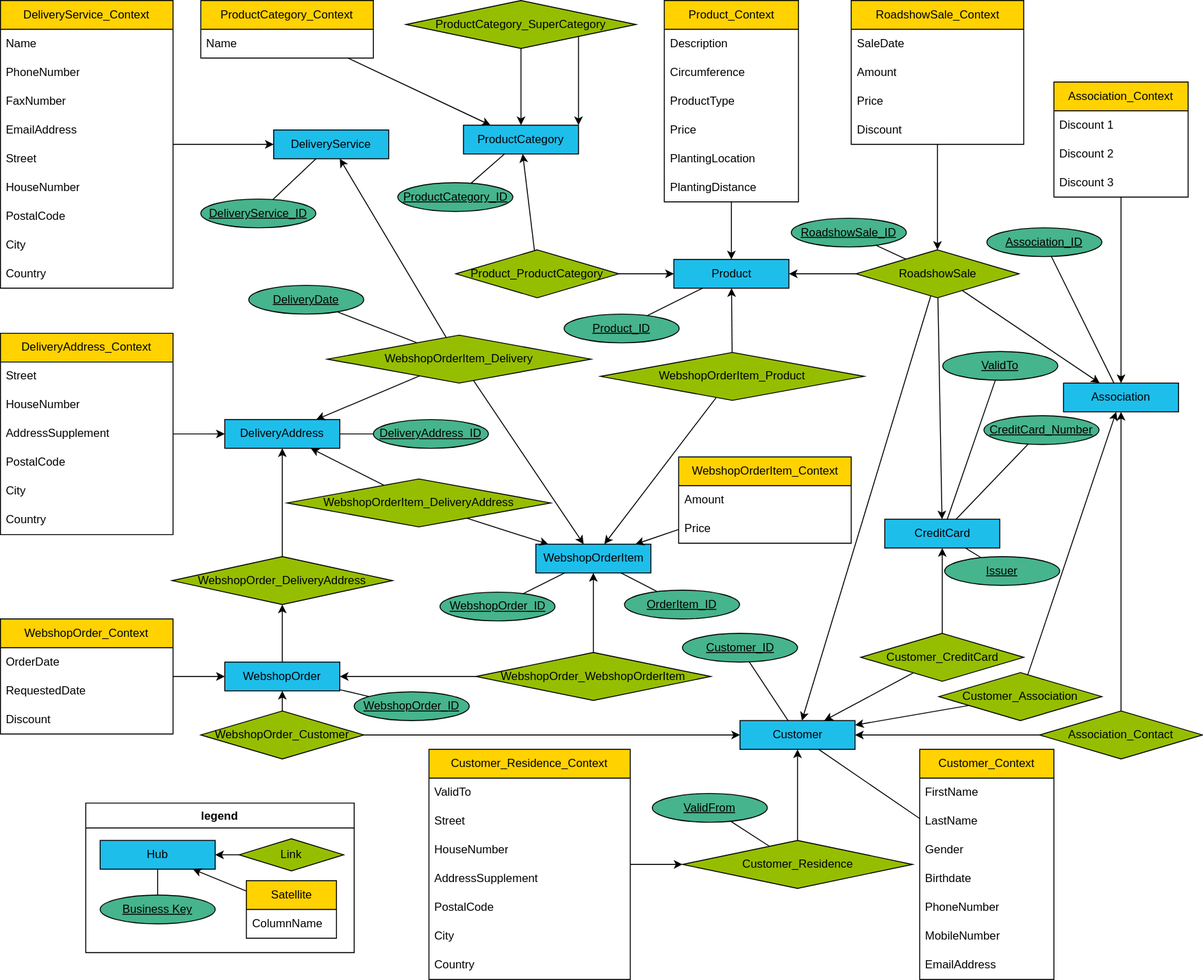
The draw.io diagram static/U02/willibald_datavault.svg in hsh-bis242/hsh-bi-class, before a commit. Source tidied: cells renumbered, new cells last; positions are measured from the earlier drawing's top-left corner, leaving out a move shared by most shapes.
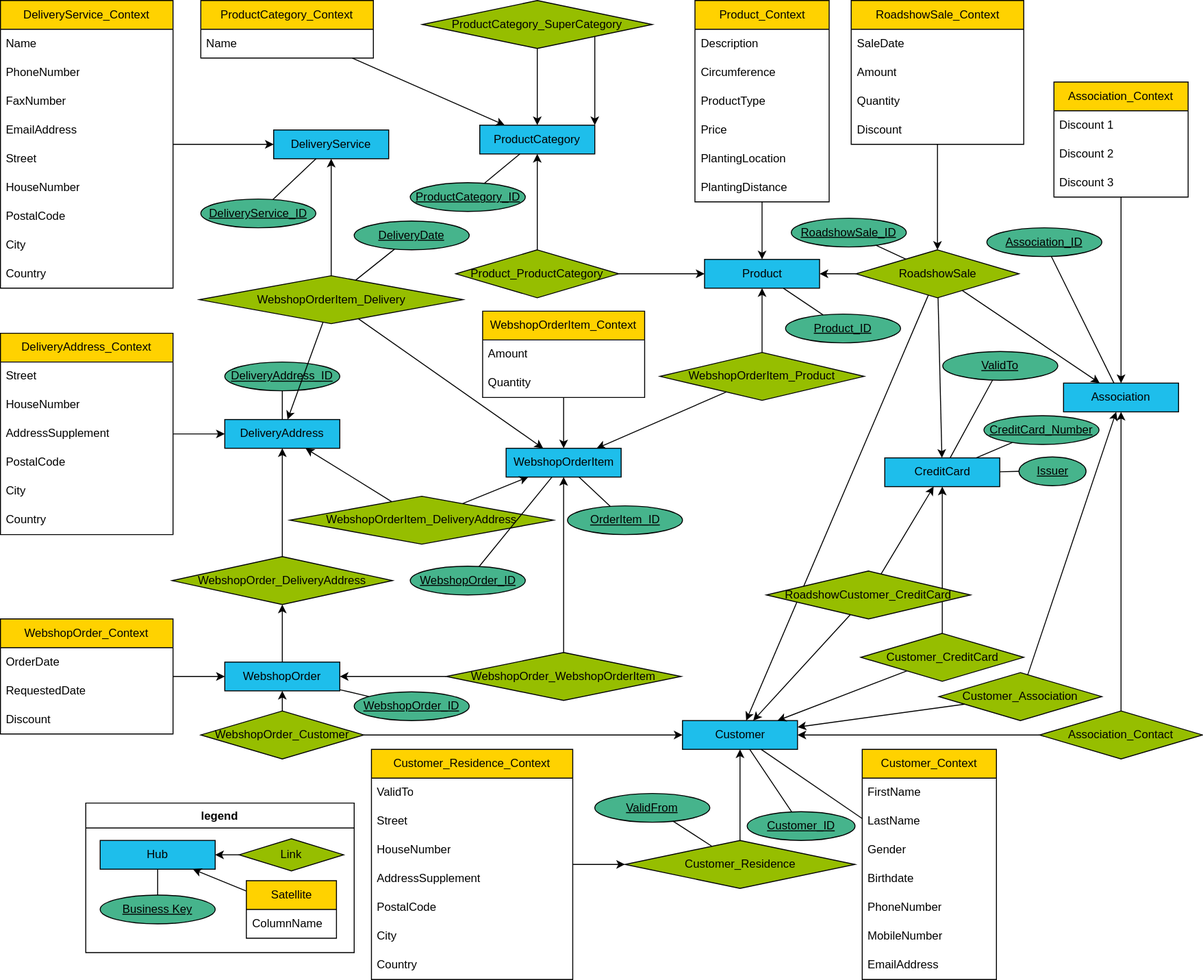
The same file after the commit.

Commit message:
Fixes diagram of willibald vault

Change to the diagram source:
```diff
@@ -6,7 +6,7 @@
       <mxGeometry x="892.5" y="260" width="170" height="50" as="geometry" />
     </mxCell>
     <mxCell id="3" value="Product" style="rounded=0;whiteSpace=wrap;html=1;fillColor=#1EBEEB;" parent="1" vertex="1">
-      <mxGeometry x="702.5" y="270" width="120" height="30" as="geometry" />
+      <mxGeometry x="734.5" y="270" width="120" height="30" as="geometry" />
     </mxCell>
     <mxCell id="4" value="RoadshowSale_Context" style="swimlane;fontStyle=0;horizontal=1;startSize=30;whiteSpace=wrap;html=1;fillColor=#FFD200;" parent="1" vertex="1">
       <mxGeometry x="887.5" width="180" height="150" as="geometry" />
@@ -17,7 +17,7 @@
     <mxCell id="6" value="Amount" style="text;strokeColor=none;fillColor=none;align=left;verticalAlign=middle;spacingLeft=4;spacingRight=4;overflow=hidden;whiteSpace=wrap;html=1;" parent="4" vertex="1">
       <mxGeometry y="60" width="180" height="30" as="geometry" />
     </mxCell>
-    <mxCell id="7" value="Price" style="text;strokeColor=none;fillColor=none;align=left;verticalAlign=middle;spacingLeft=4;spacingRight=4;overflow=hidden;whiteSpace=wrap;html=1;" parent="4" vertex="1">
+    <mxCell id="7" value="Quantity" style="text;strokeColor=none;fillColor=none;align=left;verticalAlign=middle;spacingLeft=4;spacingRight=4;overflow=hidden;whiteSpace=wrap;html=1;" parent="4" vertex="1">
       <mxGeometry y="90" width="180" height="30" as="geometry" />
     </mxCell>
     <mxCell id="8" value="Discount" style="text;strokeColor=none;fillColor=none;align=left;verticalAlign=middle;spacingLeft=4;spacingRight=4;overflow=hidden;whiteSpace=wrap;html=1;" parent="4" vertex="1">
@@ -33,10 +33,10 @@
       <mxGeometry relative="1" as="geometry" />
     </mxCell>
     <mxCell id="12" value="Customer" style="rounded=0;whiteSpace=wrap;html=1;fillColor=#1EBEEB;" parent="1" vertex="1">
-      <mxGeometry x="771.5" y="751" width="120" height="30" as="geometry" />
+      <mxGeometry x="711.5" y="751" width="120" height="30" as="geometry" />
     </mxCell>
     <mxCell id="13" value="CreditCard" style="rounded=0;whiteSpace=wrap;html=1;fillColor=#1EBEEB;" parent="1" vertex="1">
-      <mxGeometry x="922.5" y="541" width="120" height="30" as="geometry" />
+      <mxGeometry x="922.5" y="477" width="120" height="30" as="geometry" />
     </mxCell>
     <mxCell id="14" value="Customer_CreditCard" style="rhombus;whiteSpace=wrap;html=1;fillColor=#96BE00;" parent="1" vertex="1">
       <mxGeometry x="897.5" y="660" width="170" height="50" as="geometry" />
@@ -54,7 +54,7 @@
       <mxGeometry x="983" y="366" width="120" height="30" as="geometry" />
     </mxCell>
     <mxCell id="19" value="&lt;u&gt;Issuer&lt;/u&gt;" style="ellipse;whiteSpace=wrap;html=1;fillColor=#46B48C;" parent="1" vertex="1">
-      <mxGeometry x="985" y="580" width="120" height="30" as="geometry" />
+      <mxGeometry x="1062.5" y="476" width="70" height="30" as="geometry" />
     </mxCell>
     <mxCell id="20" style="endArrow=none;html=1;rounded=0;" parent="1" edge="1" source="19" target="13">
       <mxGeometry relative="1" as="geometry" />
@@ -75,13 +75,13 @@
       <mxGeometry relative="1" as="geometry" />
     </mxCell>
     <mxCell id="26" value="&lt;u&gt;Customer_ID&lt;/u&gt;" style="ellipse;whiteSpace=wrap;html=1;fillColor=#46B48C;" parent="1" vertex="1">
-      <mxGeometry x="711.5" y="660" width="120" height="30" as="geometry" />
+      <mxGeometry x="779" y="846" width="112.5" height="30" as="geometry" />
     </mxCell>
     <mxCell id="27" style="endArrow=none;html=1;rounded=0;" parent="1" edge="1" source="26" target="12">
       <mxGeometry relative="1" as="geometry" />
     </mxCell>
     <mxCell id="28" value="&lt;u&gt;Product_ID&lt;/u&gt;" style="ellipse;whiteSpace=wrap;html=1;fillColor=#46B48C;" parent="1" vertex="1">
-      <mxGeometry x="588" y="327" width="120" height="30" as="geometry" />
+      <mxGeometry x="819" y="327" width="120" height="30" as="geometry" />
     </mxCell>
     <mxCell id="29" style="endArrow=none;html=1;rounded=0;" parent="1" edge="1" source="28" target="3">
       <mxGeometry relative="1" as="geometry" />
@@ -132,7 +132,7 @@
       <mxGeometry relative="1" as="geometry" />
     </mxCell>
     <mxCell id="45" value="Product_Context" style="swimlane;fontStyle=0;horizontal=1;startSize=30;whiteSpace=wrap;html=1;fillColor=#FFD200;" parent="1" vertex="1">
-      <mxGeometry x="692.5" width="140" height="210" as="geometry" />
+      <mxGeometry x="724.5" width="140" height="210" as="geometry" />
     </mxCell>
     <mxCell id="46" value="Description" style="text;strokeColor=none;fillColor=none;align=left;verticalAlign=middle;spacingLeft=4;spacingRight=4;overflow=hidden;whiteSpace=wrap;html=1;" parent="45" vertex="1">
       <mxGeometry y="30" width="140" height="30" as="geometry" />
@@ -156,7 +156,7 @@
       <mxGeometry relative="1" as="geometry" />
     </mxCell>
     <mxCell id="53" value="ProductCategory" style="rounded=0;whiteSpace=wrap;html=1;fillColor=#1EBEEB;" parent="1" vertex="1">
-      <mxGeometry x="483" y="130" width="120" height="30" as="geometry" />
+      <mxGeometry x="500" y="130" width="120" height="30" as="geometry" />
     </mxCell>
     <mxCell id="54" value="Product_ProductCategory" style="rhombus;whiteSpace=wrap;html=1;fillColor=#96BE00;" parent="1" vertex="1">
       <mxGeometry x="475" y="260" width="170" height="50" as="geometry" />
@@ -168,13 +168,13 @@
       <mxGeometry relative="1" as="geometry" />
     </mxCell>
     <mxCell id="57" value="&lt;u&gt;ProductCategory_ID&lt;/u&gt;" style="ellipse;whiteSpace=wrap;html=1;fillColor=#46B48C;" parent="1" vertex="1">
-      <mxGeometry x="414.5" y="190" width="120" height="30" as="geometry" />
+      <mxGeometry x="427.5" y="190" width="120" height="30" as="geometry" />
     </mxCell>
     <mxCell id="58" style="endArrow=none;html=1;rounded=0;" parent="1" edge="1" source="57" target="53">
       <mxGeometry relative="1" as="geometry" />
     </mxCell>
     <mxCell id="59" value="Customer_Context" style="swimlane;fontStyle=0;horizontal=1;startSize=30;whiteSpace=wrap;html=1;fillColor=#FFD200;" parent="1" vertex="1">
-      <mxGeometry x="959" y="781" width="140" height="240" as="geometry" />
+      <mxGeometry x="899" y="781" width="140" height="240" as="geometry" />
     </mxCell>
     <mxCell id="60" value="FirstName" style="text;strokeColor=none;fillColor=none;align=left;verticalAlign=middle;spacingLeft=4;spacingRight=4;overflow=hidden;whiteSpace=wrap;html=1;" parent="59" vertex="1">
       <mxGeometry y="30" width="140" height="30" as="geometry" />
@@ -201,7 +201,7 @@
       <mxGeometry relative="1" as="geometry" />
     </mxCell>
     <mxCell id="68" value="ProductCategory_SuperCategory" style="rhombus;whiteSpace=wrap;html=1;fillColor=#96BE00;" parent="1" vertex="1">
-      <mxGeometry x="423" width="240" height="50" as="geometry" />
+      <mxGeometry x="440" width="240" height="50" as="geometry" />
     </mxCell>
     <mxCell id="69" style="endArrow=classic;html=1;rounded=0;entryX=1;entryY=0;entryDx=0;entryDy=0;exitX=1;exitY=1;exitDx=0;exitDy=0;" parent="1" edge="1" source="68" target="53">
       <mxGeometry relative="1" as="geometry" />
@@ -255,7 +255,7 @@
       <mxGeometry x="234" y="437" width="120" height="30" as="geometry" />
     </mxCell>
     <mxCell id="86" value="&lt;u&gt;DeliveryAddress_ID&lt;/u&gt;" style="ellipse;whiteSpace=wrap;html=1;fillColor=#46B48C;" parent="1" vertex="1">
-      <mxGeometry x="389" y="437" width="120" height="30" as="geometry" />
+      <mxGeometry x="234" y="377" width="120" height="30" as="geometry" />
     </mxCell>
     <mxCell id="87" style="endArrow=none;html=1;rounded=0;" parent="1" edge="1" source="86" target="85">
       <mxGeometry relative="1" as="geometry" />
@@ -294,10 +294,10 @@
       <mxGeometry relative="1" as="geometry" />
     </mxCell>
     <mxCell id="99" value="WebshopOrder_WebshopOrderItem" style="rhombus;whiteSpace=wrap;html=1;fillColor=#96BE00;" parent="1" vertex="1">
-      <mxGeometry x="496" y="680" width="245" height="50" as="geometry" />
+      <mxGeometry x="465" y="680" width="245" height="50" as="geometry" />
     </mxCell>
     <mxCell id="100" value="WebshopOrderItem" style="rounded=0;whiteSpace=wrap;html=1;fillColor=#1EBEEB;" parent="1" vertex="1">
-      <mxGeometry x="558.5" y="567" width="120" height="30" as="geometry" />
+      <mxGeometry x="527.5" y="467" width="120" height="30" as="geometry" />
     </mxCell>
     <mxCell id="101" style="endArrow=classic;html=1;rounded=0;" parent="1" edge="1" source="99" target="82">
       <mxGeometry relative="1" as="geometry" />
@@ -306,7 +306,7 @@
       <mxGeometry relative="1" as="geometry" />
     </mxCell>
     <mxCell id="103" value="WebshopOrderItem_DeliveryAddress" style="rhombus;whiteSpace=wrap;html=1;fillColor=#96BE00;" parent="1" vertex="1">
-      <mxGeometry x="299" y="499" width="275" height="50" as="geometry" />
+      <mxGeometry x="302" y="517" width="275" height="50" as="geometry" />
     </mxCell>
     <mxCell id="104" style="endArrow=classic;html=1;rounded=0;" parent="1" edge="1" source="103" target="100">
       <mxGeometry relative="1" as="geometry" />
@@ -315,10 +315,10 @@
       <mxGeometry relative="1" as="geometry" />
     </mxCell>
     <mxCell id="106" value="&lt;u&gt;WebshopOrder_ID&lt;/u&gt;" style="ellipse;whiteSpace=wrap;html=1;fillColor=#46B48C;" parent="1" vertex="1">
-      <mxGeometry x="458.5" y="617" width="120" height="30" as="geometry" />
+      <mxGeometry x="427.5" y="590" width="120" height="30" as="geometry" />
     </mxCell>
     <mxCell id="107" value="&lt;u&gt;OrderItem_ID&lt;/u&gt;" style="ellipse;whiteSpace=wrap;html=1;fillColor=#46B48C;" parent="1" vertex="1">
-      <mxGeometry x="651" y="615" width="120" height="30" as="geometry" />
+      <mxGeometry x="591.5" y="527" width="120" height="30" as="geometry" />
     </mxCell>
     <mxCell id="108" style="endArrow=none;html=1;rounded=0;" parent="1" edge="1" source="107" target="100">
       <mxGeometry relative="1" as="geometry" />
@@ -327,7 +327,7 @@
       <mxGeometry relative="1" as="geometry" />
     </mxCell>
     <mxCell id="110" value="WebshopOrderItem_Product" style="rhombus;whiteSpace=wrap;html=1;fillColor=#96BE00;" parent="1" vertex="1">
-      <mxGeometry x="626" y="367" width="275" height="50" as="geometry" />
+      <mxGeometry x="688" y="367" width="213" height="50" as="geometry" />
     </mxCell>
     <mxCell id="111" style="endArrow=classic;html=1;rounded=0;" parent="1" edge="1" source="110" target="3">
       <mxGeometry relative="1" as="geometry" />
@@ -336,25 +336,25 @@
       <mxGeometry relative="1" as="geometry" />
     </mxCell>
     <mxCell id="113" value="WebshopOrderItem_Context" style="swimlane;fontStyle=0;horizontal=1;startSize=30;whiteSpace=wrap;html=1;fillColor=#FFD200;" parent="1" vertex="1">
-      <mxGeometry x="707.5" y="476" width="180" height="90" as="geometry" />
+      <mxGeometry x="503" y="324" width="169" height="90" as="geometry" />
     </mxCell>
     <mxCell id="114" value="Amount" style="text;strokeColor=none;fillColor=none;align=left;verticalAlign=middle;spacingLeft=4;spacingRight=4;overflow=hidden;whiteSpace=wrap;html=1;" parent="113" vertex="1">
-      <mxGeometry y="30" width="180" height="30" as="geometry" />
+      <mxGeometry y="30" width="169" height="30" as="geometry" />
     </mxCell>
-    <mxCell id="115" value="Price" style="text;strokeColor=none;fillColor=none;align=left;verticalAlign=middle;spacingLeft=4;spacingRight=4;overflow=hidden;whiteSpace=wrap;html=1;" parent="113" vertex="1">
-      <mxGeometry y="60" width="180" height="30" as="geometry" />
+    <mxCell id="115" value="Quantity" style="text;strokeColor=none;fillColor=none;align=left;verticalAlign=middle;spacingLeft=4;spacingRight=4;overflow=hidden;whiteSpace=wrap;html=1;" parent="113" vertex="1">
+      <mxGeometry y="60" width="169" height="30" as="geometry" />
     </mxCell>
     <mxCell id="116" style="endArrow=classic;html=1;rounded=0;" parent="1" edge="1" source="113" target="100">
       <mxGeometry relative="1" as="geometry" />
     </mxCell>
     <mxCell id="117" value="Customer_Residence" style="rhombus;whiteSpace=wrap;html=1;fillColor=#96BE00;" parent="1" vertex="1">
-      <mxGeometry x="711.5" y="876" width="240" height="50" as="geometry" />
+      <mxGeometry x="651.5" y="876" width="240" height="50" as="geometry" />
     </mxCell>
     <mxCell id="118" style="endArrow=classic;html=1;rounded=0;" parent="1" edge="1" source="117" target="12">
       <mxGeometry relative="1" as="geometry" />
     </mxCell>
     <mxCell id="119" value="&lt;u&gt;ValidFrom&lt;/u&gt;" style="ellipse;whiteSpace=wrap;html=1;fillColor=#46B48C;" parent="1" vertex="1">
-      <mxGeometry x="680" y="827" width="120" height="30" as="geometry" />
+      <mxGeometry x="620" y="827" width="120" height="30" as="geometry" />
     </mxCell>
     <mxCell id="120" style="endArrow=none;html=1;rounded=0;" parent="1" edge="1" source="119" target="117">
       <mxGeometry relative="1" as="geometry" />
@@ -363,7 +363,7 @@
       <mxGeometry relative="1" as="geometry" />
     </mxCell>
     <mxCell id="122" value="Customer_Residence_Context" style="swimlane;fontStyle=0;horizontal=1;startSize=30;whiteSpace=wrap;html=1;fillColor=#FFD200;" parent="1" vertex="1">
-      <mxGeometry x="447" y="781" width="210" height="240" as="geometry" />
+      <mxGeometry x="387" y="781" width="210" height="240" as="geometry" />
     </mxCell>
     <mxCell id="123" value="ValidTo" style="text;strokeColor=none;fillColor=none;align=left;verticalAlign=middle;spacingLeft=4;spacingRight=4;overflow=hidden;whiteSpace=wrap;html=1;" parent="122" vertex="1">
       <mxGeometry y="30" width="210" height="30" as="geometry" />
@@ -387,7 +387,7 @@
       <mxGeometry y="210" width="210" height="30" as="geometry" />
     </mxCell>
     <mxCell id="130" value="WebshopOrderItem_Delivery" style="rhombus;whiteSpace=wrap;html=1;fillColor=#96BE00;" parent="1" vertex="1">
-      <mxGeometry x="341" y="349" width="275" height="50" as="geometry" />
+      <mxGeometry x="207.5" y="287" width="275" height="50" as="geometry" />
     </mxCell>
     <mxCell id="131" style="endArrow=classic;html=1;rounded=0;" parent="1" edge="1" source="130" target="100">
       <mxGeometry relative="1" as="geometry" />
@@ -440,9 +440,6 @@
     <mxCell id="147" style="endArrow=classic;html=1;rounded=0;" parent="1" edge="1" source="137" target="133">
       <mxGeometry relative="1" as="geometry" />
     </mxCell>
-    <mxCell id="148" style="endArrow=none;html=1;rounded=0;" parent="1" edge="1" source="130" target="160">
-      <mxGeometry relative="1" as="geometry" />
-    </mxCell>
     <mxCell id="149" style="group;" parent="1" vertex="1">
       <mxGeometry x="89" y="837" width="280" height="156" as="geometry" />
     </mxCell>
@@ -477,7 +474,19 @@
       <mxGeometry relative="1" as="geometry" />
     </mxCell>
     <mxCell id="160" value="&lt;u&gt;DeliveryDate&lt;/u&gt;" style="ellipse;whiteSpace=wrap;html=1;fillColor=#46B48C;" parent="1" vertex="1">
-      <mxGeometry x="259" y="297" width="120" height="30" as="geometry" />
+      <mxGeometry x="369" y="230" width="120" height="30" as="geometry" />
     </mxCell>
+    <mxCell id="148" style="endArrow=none;html=1;rounded=0;" parent="1" edge="1" source="130" target="160">
+      <mxGeometry relative="1" as="geometry" />
+    </mxCell>
+    <mxCell id="161" value="RoadshowCustomer_CreditCard" style="rhombus;whiteSpace=wrap;html=1;fillColor=#96BE00;" parent="1" vertex="1">
+      <mxGeometry x="799" y="595" width="213" height="50" as="geometry" />
+    </mxCell>
+    <mxCell id="162" style="endArrow=classic;html=1;rounded=0;" parent="1" edge="1" source="161" target="13">
+      <mxGeometry relative="1" as="geometry" />
+    </mxCell>
+    <mxCell id="163" style="endArrow=classic;html=1;rounded=0;" parent="1" edge="1" source="161" target="12">
+      <mxGeometry relative="1" as="geometry" />
+    </mxCell>
   </root>
 </mxGraphModel>
```
